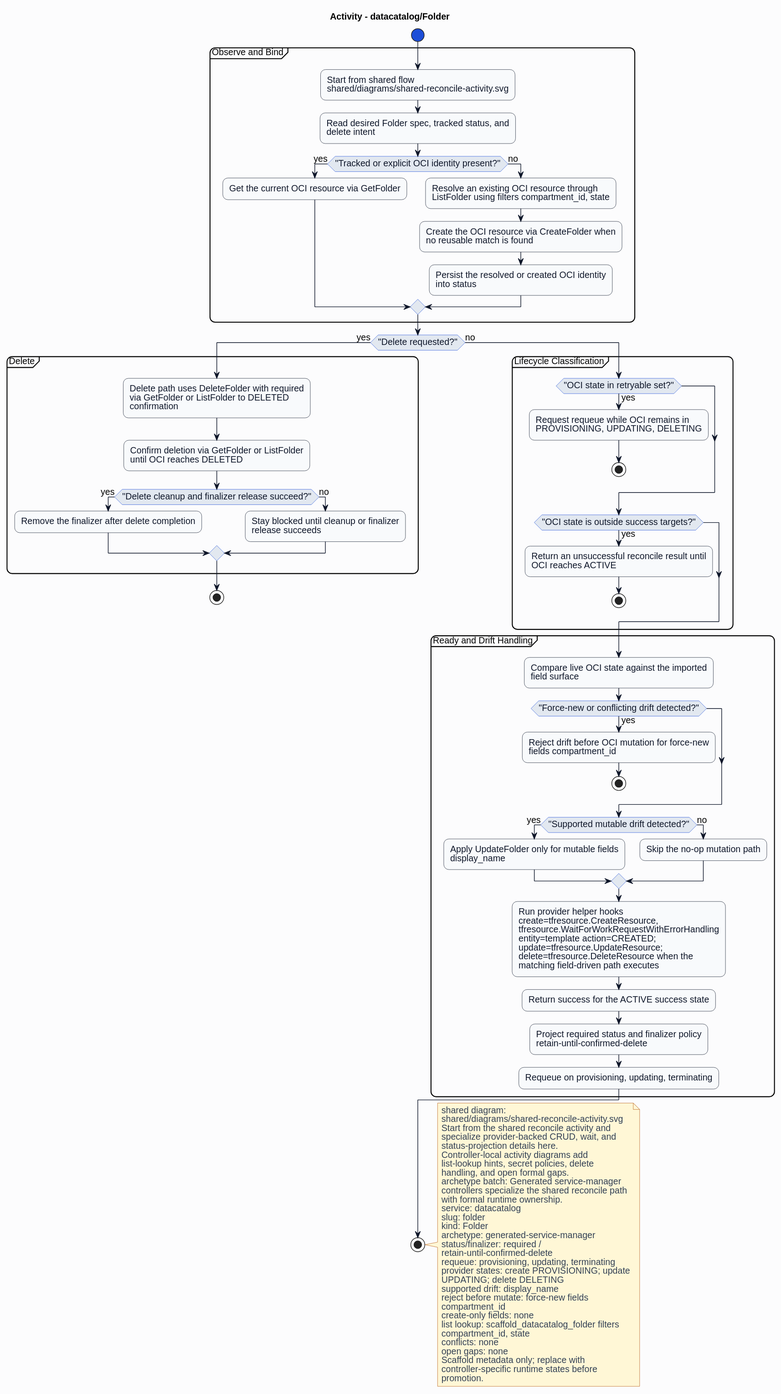
This is formal/controllers/datacatalog/folder/diagrams/activity.svg from HaoyL666/oci-service-operator, a PlantUML export, as it was before one commit. Its diagram source:
```plantuml
@startuml
skinparam shadowing false
skinparam backgroundColor #fcfcfd
skinparam defaultFontName Helvetica
skinparam defaultFontSize 14
skinparam arrowColor #0f172a
skinparam noteBackgroundColor #fff7d6
skinparam noteBorderColor #b45309
skinparam noteFontColor #334155
skinparam roundcorner 16
title Activity - datacatalog/Folder
skinparam activity {
  backgroundColor #f8fafc
  borderColor #0f172a
  fontColor #0f172a
  diamondBackgroundColor #e2e8f0
  diamondBorderColor #1d4ed8
  diamondFontColor #0f172a
  startColor #1d4ed8
  endColor #0f172a
  barColor #1d4ed8
}
start
partition "Observe and Bind" {
:Start from shared flow\nshared/diagrams/shared-reconcile-activity.svg;
:Read desired Folder spec, tracked status, and\ndelete intent;
if ("Tracked or explicit OCI identity present?") then (yes)
:Get the current OCI resource via GetFolder;
else (no)
:Resolve an existing OCI resource through\nListFolder using filters compartment_id, state;
:Create the OCI resource via CreateFolder when\nno reusable match is found;
:Persist the resolved or created OCI identity\ninto status;
endif
}
if ("Delete requested?") then (yes)
partition "Delete" {
:Delete path uses DeleteFolder with required\nvia GetFolder or ListFolder to DELETED\nconfirmation;
:Confirm deletion via GetFolder or ListFolder\nuntil OCI reaches DELETED;
if ("Delete cleanup and finalizer release succeed?") then (yes)
:Remove the finalizer after delete completion;
else (no)
:Stay blocked until cleanup or finalizer\nrelease succeeds;
endif
}
stop
else (no)
partition "Lifecycle Classification" {
if ("OCI state in retryable set?") then (yes)
:Request requeue while OCI remains in\nPROVISIONING, UPDATING, DELETING;
stop
endif
if ("OCI state is outside success targets?") then (yes)
:Return an unsuccessful reconcile result until\nOCI reaches ACTIVE;
stop
endif
}
partition "Ready and Drift Handling" {
:Compare live OCI state against the imported\nfield surface;
if ("Force-new or conflicting drift detected?") then (yes)
:Reject drift before OCI mutation for force-new\nfields compartment_id;
stop
endif
if ("Supported mutable drift detected?") then (yes)
:Apply UpdateFolder only for mutable fields\ndisplay_name;
else (no)
:Skip the no-op mutation path;
endif
:Run provider helper hooks\ncreate=tfresource.CreateResource,\ntfresource.WaitForWorkRequestWithErrorHandling\nentity=template action=CREATED;\nupdate=tfresource.UpdateResource;\ndelete=tfresource.DeleteResource when the\nmatching field-driven path executes;
:Return success for the ACTIVE success state;
:Project required status and finalizer policy\nretain-until-confirmed-delete;
:Requeue on provisioning, updating, terminating;
}
endif
stop
note right
shared diagram:
shared/diagrams/shared-reconcile-activity.svg
Start from the shared reconcile activity and
specialize provider-backed CRUD, wait, and
status-projection details here.
Controller-local activity diagrams add
list-lookup hints, secret policies, delete
handling, and open formal gaps.
archetype batch: Generated service-manager
controllers specialize the shared reconcile path
with formal runtime ownership.
service: datacatalog
slug: folder
kind: Folder
archetype: generated-service-manager
status/finalizer: required /
retain-until-confirmed-delete
requeue: provisioning, updating, terminating
provider states: create PROVISIONING; update
UPDATING; delete DELETING
supported drift: display_name
reject before mutate: force-new fields
compartment_id
create-only fields: none
list lookup: scaffold_datacatalog_folder filters
compartment_id, state
conflicts: none
open gaps: none
Scaffold metadata only; replace with
controller-specific runtime states before
promotion.
end note
@enduml
```
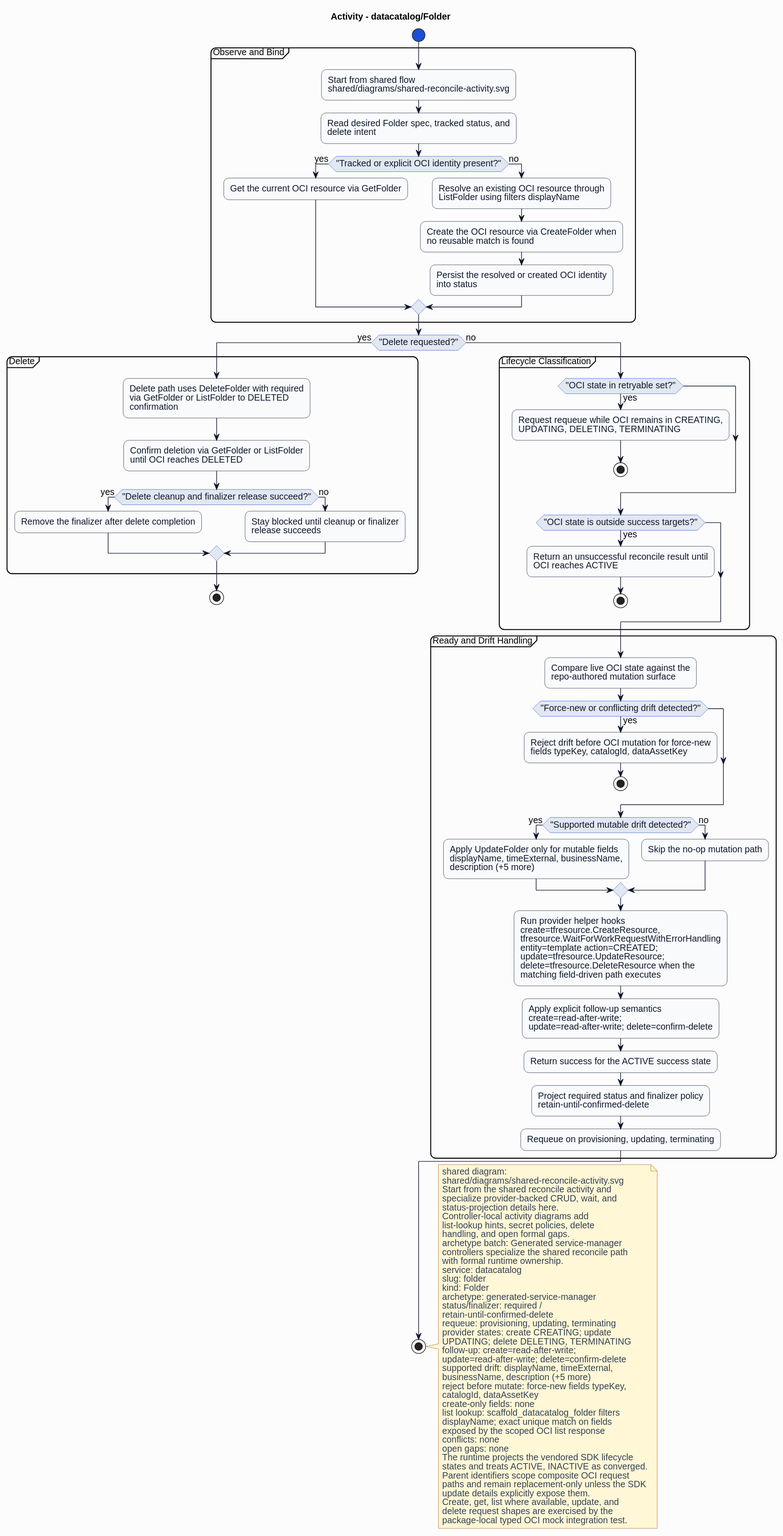
After the change.

Diff of the diagram source:
```diff
@@ -27,7 +27,7 @@
 if ("Tracked or explicit OCI identity present?") then (yes)
 :Get the current OCI resource via GetFolder;
 else (no)
-:Resolve an existing OCI resource through\nListFolder using filters compartment_id, state;
+:Resolve an existing OCI resource through\nListFolder using filters displayName;
 :Create the OCI resource via CreateFolder when\nno reusable match is found;
 :Persist the resolved or created OCI identity\ninto status;
 endif
@@ -46,7 +46,7 @@
 else (no)
 partition "Lifecycle Classification" {
 if ("OCI state in retryable set?") then (yes)
-:Request requeue while OCI remains in\nPROVISIONING, UPDATING, DELETING;
+:Request requeue while OCI remains in CREATING,\nUPDATING, DELETING, TERMINATING;
 stop
 endif
 if ("OCI state is outside success targets?") then (yes)
@@ -55,17 +55,18 @@
 endif
 }
 partition "Ready and Drift Handling" {
-:Compare live OCI state against the imported\nfield surface;
+:Compare live OCI state against the\nrepo-authored mutation surface;
 if ("Force-new or conflicting drift detected?") then (yes)
-:Reject drift before OCI mutation for force-new\nfields compartment_id;
+:Reject drift before OCI mutation for force-new\nfields typeKey, catalogId, dataAssetKey;
 stop
 endif
 if ("Supported mutable drift detected?") then (yes)
-:Apply UpdateFolder only for mutable fields\ndisplay_name;
+:Apply UpdateFolder only for mutable fields\ndisplayName, timeExternal, businessName,\ndescription (+5 more);
 else (no)
 :Skip the no-op mutation path;
 endif
 :Run provider helper hooks\ncreate=tfresource.CreateResource,\ntfresource.WaitForWorkRequestWithErrorHandling\nentity=template action=CREATED;\nupdate=tfresource.UpdateResource;\ndelete=tfresource.DeleteResource when the\nmatching field-driven path executes;
+:Apply explicit follow-up semantics\ncreate=read-after-write;\nupdate=read-after-write; delete=confirm-delete;
 :Return success for the ACTIVE success state;
 :Project required status and finalizer policy\nretain-until-confirmed-delete;
 :Requeue on provisioning, updating, terminating;
@@ -91,18 +92,27 @@
 status/finalizer: required /
 retain-until-confirmed-delete
 requeue: provisioning, updating, terminating
-provider states: create PROVISIONING; update
-UPDATING; delete DELETING
-supported drift: display_name
-reject before mutate: force-new fields
-compartment_id
+provider states: create CREATING; update
+UPDATING; delete DELETING, TERMINATING
+follow-up: create=read-after-write;
+update=read-after-write; delete=confirm-delete
+supported drift: displayName, timeExternal,
+businessName, description (+5 more)
+reject before mutate: force-new fields typeKey,
+catalogId, dataAssetKey
 create-only fields: none
 list lookup: scaffold_datacatalog_folder filters
-compartment_id, state
+displayName; exact unique match on fields
+exposed by the scoped OCI list response
 conflicts: none
 open gaps: none
-Scaffold metadata only; replace with
-controller-specific runtime states before
-promotion.
+The runtime projects the vendored SDK lifecycle
+states and treats ACTIVE, INACTIVE as converged.
+Parent identifiers scope composite OCI request
+paths and remain replacement-only unless the SDK
+update details explicitly expose them.
+Create, get, list where available, update, and
+delete request shapes are exercised by the
+package-local typed OCI mock integration test.
 end note
 @enduml
```
